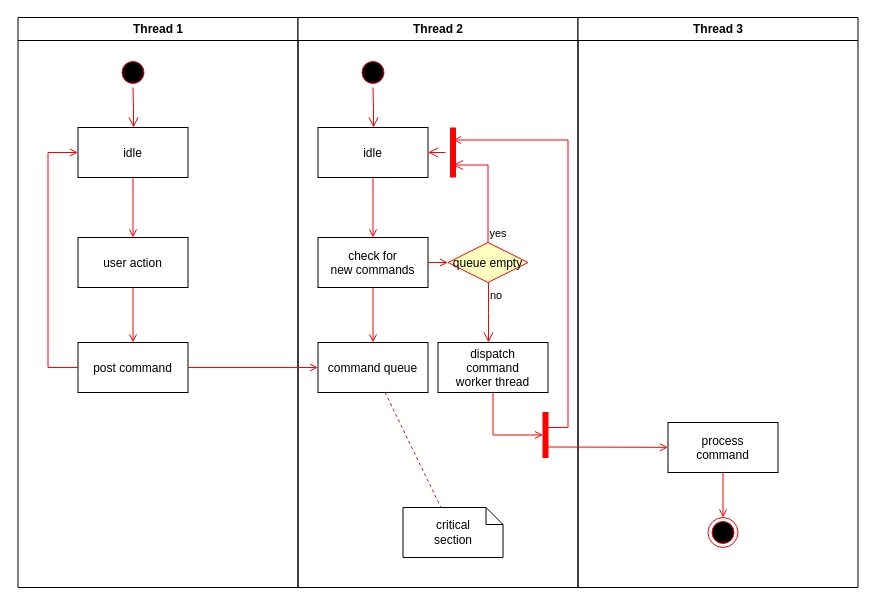
Above: USE CASE Diagram.drawio in ikhsannz/Praktek01 (draw.io), before the change. Source tidied: cells renumbered, new cells numbered last; positions are measured from the earlier drawing's top-left corner, leaving out a move shared by most shapes. Both pictures are drawn from the tidied source at 100%, with x=0, y=0 at pixel (17, 17).
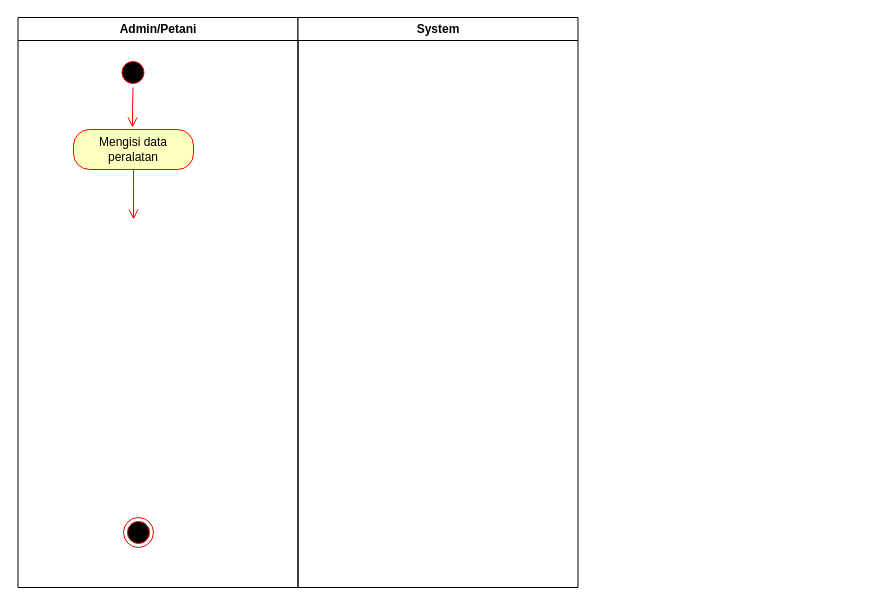
Above is the later version.

Unchanged cells that the change refers to:
```xml
<mxCell id="3" style="ellipse;shape=startState;fillColor=#000000;strokeColor=#ff0000;" parent="2" vertex="1">
  <mxGeometry x="100" y="40" width="30" height="30" as="geometry" />
</mxCell>
```

Diff of the diagram source:
```diff
@@
-    <mxCell id="2" value="Thread 1" style="swimlane;whiteSpace=wrap;" parent="1" vertex="1">
+    <mxCell id="2" value="Admin/Petani" style="swimlane;whiteSpace=wrap;" parent="1" vertex="1">
       <mxGeometry x="0.5" width="280" height="570" as="geometry" />
     </mxCell>
@@
-    <mxCell id="4" style="edgeStyle=elbowEdgeStyle;elbow=horizontal;verticalAlign=bottom;endArrow=open;endSize=8;strokeColor=#FF0000;endFill=1;rounded=0;" parent="2" edge="1" source="3" target="5">
-      <mxGeometry x="100" y="40" as="geometry" />
+    <mxCell id="4" style="edgeStyle=elbowEdgeStyle;elbow=horizontal;verticalAlign=bottom;endArrow=open;endSize=8;strokeColor=#FF0000;endFill=1;rounded=0;" parent="2" edge="1" source="3">
+      <mxGeometry x="100" y="40" as="geometry">
+        <mxPoint x="114.5" y="110" as="targetPoint" />
+      </mxGeometry>
     </mxCell>
-    <mxCell id="5" value="idle" parent="2" vertex="1">
-      <mxGeometry x="60" y="110" width="110" height="50" as="geometry" />
-    </mxCell>
-    <mxCell id="6" value="user action" parent="2" vertex="1">
-      <mxGeometry x="60" y="220" width="110" height="50" as="geometry" />
-    </mxCell>
-    <mxCell id="7" style="endArrow=open;strokeColor=#FF0000;endFill=1;rounded=0;" parent="2" edge="1" source="5" target="6">
-      <mxGeometry relative="1" as="geometry" />
-    </mxCell>
-    <mxCell id="8" value="post command" parent="2" vertex="1">
-      <mxGeometry x="60" y="325" width="110" height="50" as="geometry" />
-    </mxCell>
-    <mxCell id="9" style="endArrow=open;strokeColor=#FF0000;endFill=1;rounded=0;" parent="2" edge="1" source="6" target="8">
-      <mxGeometry relative="1" as="geometry" />
-    </mxCell>
-    <mxCell id="10" style="edgeStyle=elbowEdgeStyle;elbow=horizontal;strokeColor=#FF0000;endArrow=open;endFill=1;rounded=0;" parent="2" edge="1" source="8" target="5">
-      <mxGeometry relative="1" as="geometry">
-        <Array as="points">
-          <mxPoint x="30" y="250" />
-        </Array>
-      </mxGeometry>
-    </mxCell>
+    <mxCell id="37" value="Mengisi data peralatan" style="rounded=1;whiteSpace=wrap;html=1;arcSize=40;fontColor=#000000;fillColor=#ffffc0;strokeColor=#ff0000;" parent="2" vertex="1">
+      <mxGeometry x="55.5" y="112" width="120" height="40" as="geometry" />
+    </mxCell>
+    <mxCell id="38" style="edgeStyle=orthogonalEdgeStyle;html=1;verticalAlign=bottom;endArrow=open;endSize=8;strokeColor=#ff0000;" parent="2" edge="1" source="37">
+      <mxGeometry relative="1" as="geometry">
+        <mxPoint x="115.5" y="202" as="targetPoint" />
+      </mxGeometry>
+    </mxCell>
+    <mxCell id="39" style="ellipse;shape=endState;fillColor=#000000;strokeColor=#ff0000;" parent="2" vertex="1">
+      <mxGeometry x="105.5" y="500" width="30" height="30" as="geometry" />
+    </mxCell>
-    <mxCell id="11" value="Thread 2" style="swimlane;whiteSpace=wrap;" parent="1" vertex="1">
+    <mxCell id="11" value="System" style="swimlane;whiteSpace=wrap;startSize=23;" parent="1" vertex="1">
       <mxGeometry x="280.5" width="280" height="570" as="geometry" />
     </mxCell>
-    <mxCell id="12" style="ellipse;shape=startState;fillColor=#000000;strokeColor=#ff0000;" parent="11" vertex="1">
-      <mxGeometry x="60" y="40" width="30" height="30" as="geometry" />
-    </mxCell>
-    <mxCell id="13" style="edgeStyle=elbowEdgeStyle;elbow=horizontal;verticalAlign=bottom;endArrow=open;endSize=8;strokeColor=#FF0000;endFill=1;rounded=0;" parent="11" edge="1" source="12" target="14">
-      <mxGeometry x="40" y="20" as="geometry" />
-    </mxCell>
-    <mxCell id="14" value="idle" parent="11" vertex="1">
-      <mxGeometry x="20" y="110" width="110" height="50" as="geometry" />
-    </mxCell>
-    <mxCell id="15" value="check for &#10;new commands" parent="11" vertex="1">
-      <mxGeometry x="20" y="220" width="110" height="50" as="geometry" />
-    </mxCell>
-    <mxCell id="16" style="endArrow=open;strokeColor=#FF0000;endFill=1;rounded=0;" parent="11" edge="1" source="14" target="15">
-      <mxGeometry relative="1" as="geometry" />
-    </mxCell>
-    <mxCell id="17" value="command queue" parent="11" vertex="1">
-      <mxGeometry x="20" y="325" width="110" height="50" as="geometry" />
-    </mxCell>
-    <mxCell id="18" style="endArrow=open;strokeColor=#FF0000;endFill=1;rounded=0;" parent="11" edge="1" source="15" target="17">
-      <mxGeometry relative="1" as="geometry" />
-    </mxCell>
-    <mxCell id="19" value="queue empty" style="rhombus;fillColor=#ffffc0;strokeColor=#ff0000;" parent="11" vertex="1">
-      <mxGeometry x="150" y="225" width="80" height="40" as="geometry" />
-    </mxCell>
-    <mxCell id="20" value="yes" style="edgeStyle=elbowEdgeStyle;elbow=horizontal;align=left;verticalAlign=bottom;endArrow=open;endSize=8;strokeColor=#FF0000;exitX=0.5;exitY=0;endFill=1;rounded=0;entryX=0.75;entryY=0.5;entryPerimeter=0;" parent="11" edge="1" source="19" target="23">
-      <mxGeometry x="-1" relative="1" as="geometry">
-        <Array as="points">
-          <mxPoint x="190" y="180" />
-        </Array>
-      </mxGeometry>
-    </mxCell>
-    <mxCell id="21" value="no" style="edgeStyle=elbowEdgeStyle;elbow=horizontal;align=left;verticalAlign=top;endArrow=open;endSize=8;strokeColor=#FF0000;endFill=1;rounded=0;" parent="11" edge="1" source="19" target="25">
-      <mxGeometry x="-1" relative="1" as="geometry" />
-    </mxCell>
-    <mxCell id="22" style="endArrow=open;strokeColor=#FF0000;endFill=1;rounded=0;" parent="11" edge="1" source="15" target="19">
-      <mxGeometry relative="1" as="geometry" />
-    </mxCell>
-    <mxCell id="23" style="shape=line;strokeWidth=6;strokeColor=#ff0000;rotation=90;" parent="11" vertex="1">
-      <mxGeometry x="130" y="127.5" width="50" height="15" as="geometry" />
-    </mxCell>
-    <mxCell id="24" style="edgeStyle=elbowEdgeStyle;elbow=horizontal;verticalAlign=bottom;endArrow=open;endSize=8;strokeColor=#FF0000;endFill=1;rounded=0;" parent="11" edge="1" source="23" target="14">
-      <mxGeometry x="130" y="90" as="geometry" />
-    </mxCell>
-    <mxCell id="25" value="dispatch&#10;command&#10;worker thread" parent="11" vertex="1">
-      <mxGeometry x="140" y="325" width="110" height="50" as="geometry" />
-    </mxCell>
-    <mxCell id="26" value="critical&#10;section" style="shape=note;whiteSpace=wrap;size=17;" parent="11" vertex="1">
-      <mxGeometry x="105" y="490" width="100" height="50" as="geometry" />
-    </mxCell>
-    <mxCell id="27" style="endArrow=none;strokeColor=#FF0000;endFill=0;rounded=0;dashed=1;" parent="11" edge="1" source="17" target="26">
-      <mxGeometry relative="1" as="geometry" />
-    </mxCell>
-    <mxCell id="28" style="whiteSpace=wrap;strokeColor=#FF0000;fillColor=#FF0000;" parent="11" vertex="1">
-      <mxGeometry x="245" y="395" width="5" height="45" as="geometry" />
-    </mxCell>
-    <mxCell id="29" style="edgeStyle=elbowEdgeStyle;elbow=horizontal;entryX=0;entryY=0.5;strokeColor=#FF0000;endArrow=open;endFill=1;rounded=0;" parent="11" edge="1" source="25" target="28">
-      <mxGeometry relative="1" as="geometry">
-        <Array as="points">
-          <mxPoint x="195" y="400" />
-        </Array>
-      </mxGeometry>
-    </mxCell>
-    <mxCell id="30" value="Thread 3" style="swimlane;whiteSpace=wrap;" parent="1" vertex="1">
-      <mxGeometry x="560.5" width="280" height="570" as="geometry" />
-    </mxCell>
-    <mxCell id="31" value="process&#10;command" parent="30" vertex="1">
-      <mxGeometry x="90" y="405" width="110" height="50" as="geometry" />
-    </mxCell>
-    <mxCell id="32" style="edgeStyle=elbowEdgeStyle;elbow=horizontal;strokeColor=#FF0000;endArrow=open;endFill=1;rounded=0;entryX=0.25;entryY=0.5;entryPerimeter=0;" parent="30" edge="1" target="23">
-      <mxGeometry relative="1" as="geometry">
-        <mxPoint x="-30" y="410" as="sourcePoint" />
-        <Array as="points">
-          <mxPoint x="-10" y="135" />
-        </Array>
-      </mxGeometry>
-    </mxCell>
-    <mxCell id="33" style="edgeStyle=none;strokeColor=#FF0000;endArrow=open;endFill=1;rounded=0;" parent="30" edge="1" target="31">
-      <mxGeometry relative="1" as="geometry">
-        <mxPoint x="-30" y="429.5" as="sourcePoint" />
-      </mxGeometry>
-    </mxCell>
-    <mxCell id="34" style="ellipse;shape=endState;fillColor=#000000;strokeColor=#ff0000;" parent="30" vertex="1">
-      <mxGeometry x="130" y="500" width="30" height="30" as="geometry" />
-    </mxCell>
-    <mxCell id="35" style="endArrow=open;strokeColor=#FF0000;endFill=1;rounded=0;" parent="30" edge="1" source="31" target="34">
-      <mxGeometry relative="1" as="geometry" />
-    </mxCell>
-    <mxCell id="36" style="endArrow=open;strokeColor=#FF0000;endFill=1;rounded=0;" parent="1" edge="1" source="8" target="17">
-      <mxGeometry relative="1" as="geometry" />
-    </mxCell>
```
